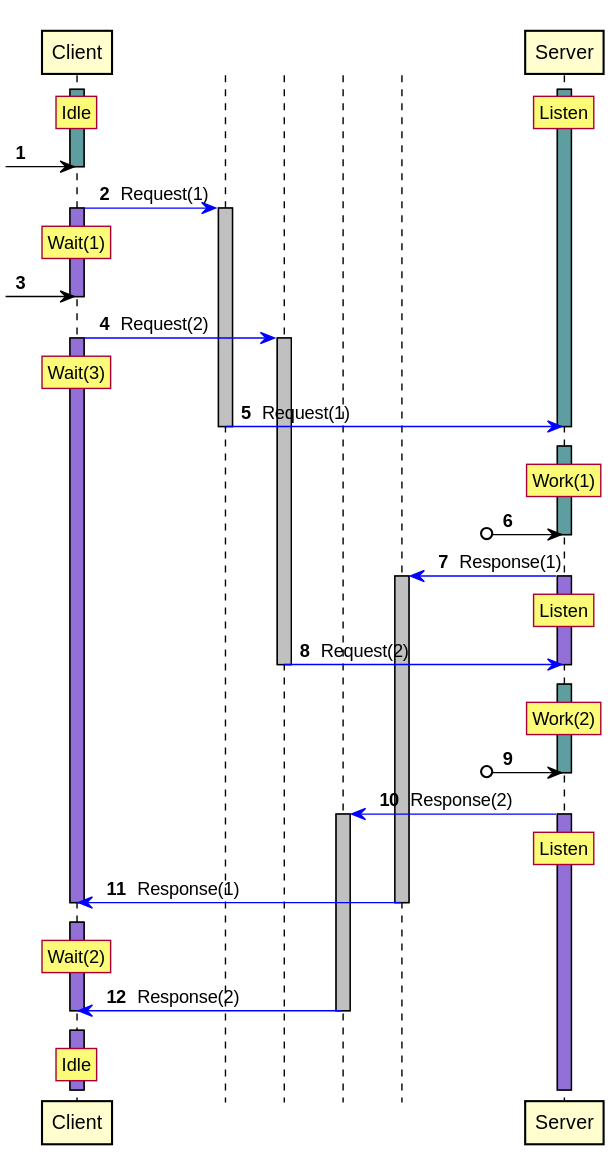
orenbenkiki/total-space keeps this PlantUML diagram as tests/expected/test_ordered_client_server/sequence.svg. Above is the earlier version.
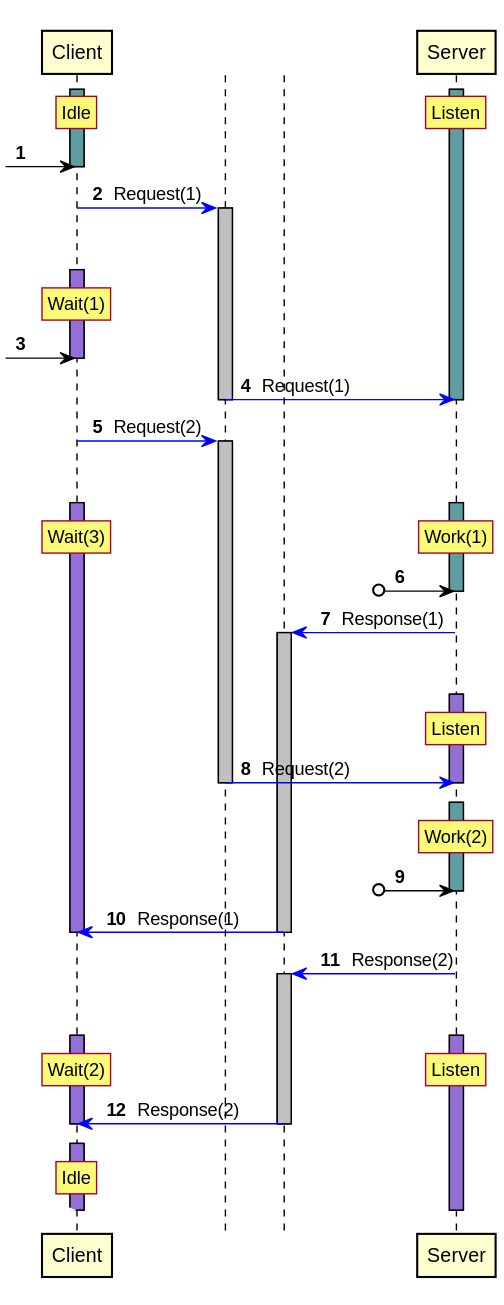
Later version of the same file.

Change to the diagram source:
```diff
@@ -21,59 +21,72 @@
 control " " as T0 order 10101
 A0 -[#Blue]> T0 : Request(1)
 activate T0 #Silver
+deactivate A0
+autonumber stop
+[-[#White]\ A0
+autonumber resume
+activate A0 #MediumPurple
 rnote over A0 : Wait(1)
-activate A0 #MediumPurple
 ?o-> A0
 deactivate A0
-control " " as T1 order 10102
-A0 -[#Blue]> T1 : Request(2)
-activate T1 #Silver
-rnote over A0 : Wait(3)
-activate A0 #MediumPurple
 T0 -[#Blue]> A1 : Request(1)
 deactivate T0
 deactivate A1
+A0 -[#Blue]> T0 : Request(2)
+activate T0 #Silver
+deactivate A0
 autonumber stop
-?-[#White]\ A1
+[-[#White]\ A0
 autonumber resume
-rnote over A1 : Work(1)
+activate A0 #MediumPurple
 activate A1 #CadetBlue
+rnote over A0 : Wait(3)
+/ rnote over A1 : Work(1)
 ?o-> A1
 deactivate A1
-control " " as T2 order 10199
-A1 -[#Blue]> T2 : Response(1)
-activate T2 #Silver
-rnote over A1 : Listen
-activate A1 #MediumPurple
-T1 -[#Blue]> A1 : Request(2)
-deactivate T1
+control " " as T1 order 10199
+A1 -[#Blue]> T1 : Response(1)
+activate T1 #Silver
 deactivate A1
 autonumber stop
-?-[#White]\ A1
+[-[#White]\ A0
 autonumber resume
+activate A1 #MediumPurple
+rnote over A1 : Listen
+T0 -[#Blue]> A1 : Request(2)
+deactivate T0
+deactivate A1
+autonumber stop
+[-[#White]\ A0
+autonumber resume
+activate A1 #CadetBlue
 rnote over A1 : Work(2)
-activate A1 #CadetBlue
 ?o-> A1
 deactivate A1
-control " " as T3 order 10198
-A1 -[#Blue]> T3 : Response(2)
-activate T3 #Silver
+T1 -[#Blue]> A0 : Response(1)
+deactivate T1
+deactivate A0
+A1 -[#Blue]> T1 : Response(2)
+activate T1 #Silver
+deactivate A1
+autonumber stop
+[-[#White]\ A0
+autonumber resume
+activate A1 #MediumPurple
+activate A0 #MediumPurple
 rnote over A1 : Listen
-activate A1 #MediumPurple
-T2 -[#Blue]> A0 : Response(1)
-deactivate T2
+/ rnote over A0 : Wait(2)
+T1 -[#Blue]> A0 : Response(2)
+deactivate T1
 deactivate A0
 autonumber stop
-?-[#White]\ A0
+[-[#White]\ A0
 autonumber resume
-rnote over A0 : Wait(2)
 activate A0 #MediumPurple
-T3 -[#Blue]> A0 : Response(2)
-deactivate T3
+rnote over A0 : Idle
+autonumber stop
+[-[#White]\ A0
+autonumber resume
 deactivate A0
-autonumber stop
-?-[#White]\ A0
-autonumber resume
-rnote over A0 : Idle
-activate A0 #MediumPurple
+deactivate A1
 @enduml
```
